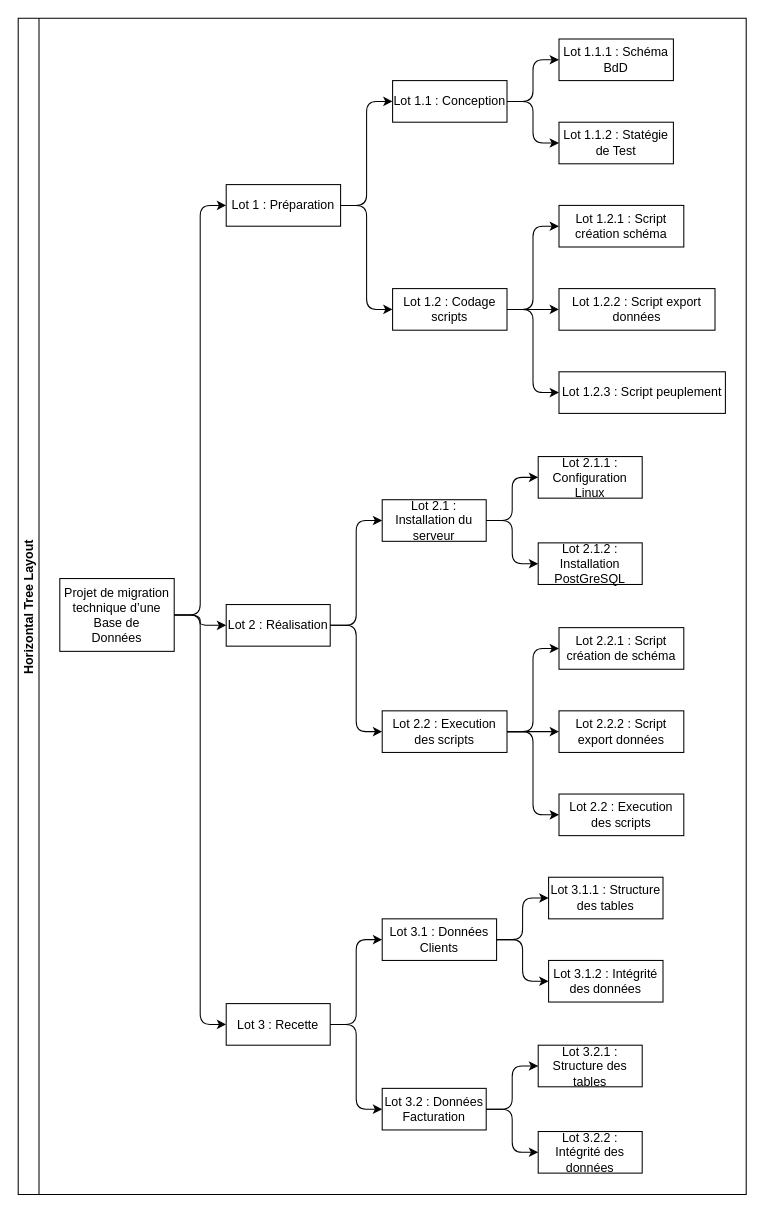
Above: TD/TD1/Correction_OrganigrammeTaches_TD1_R2_10.drawio in emeraudeLa/R2.10_GestionProjet (draw.io), before the change. Source tidied: cells renumbered, new cells numbered last; positions are measured from the earlier drawing's top-left corner, leaving out a move shared by most shapes. Both pictures are drawn from the tidied source at 104%, with x=0, y=0 at pixel (18, 18).
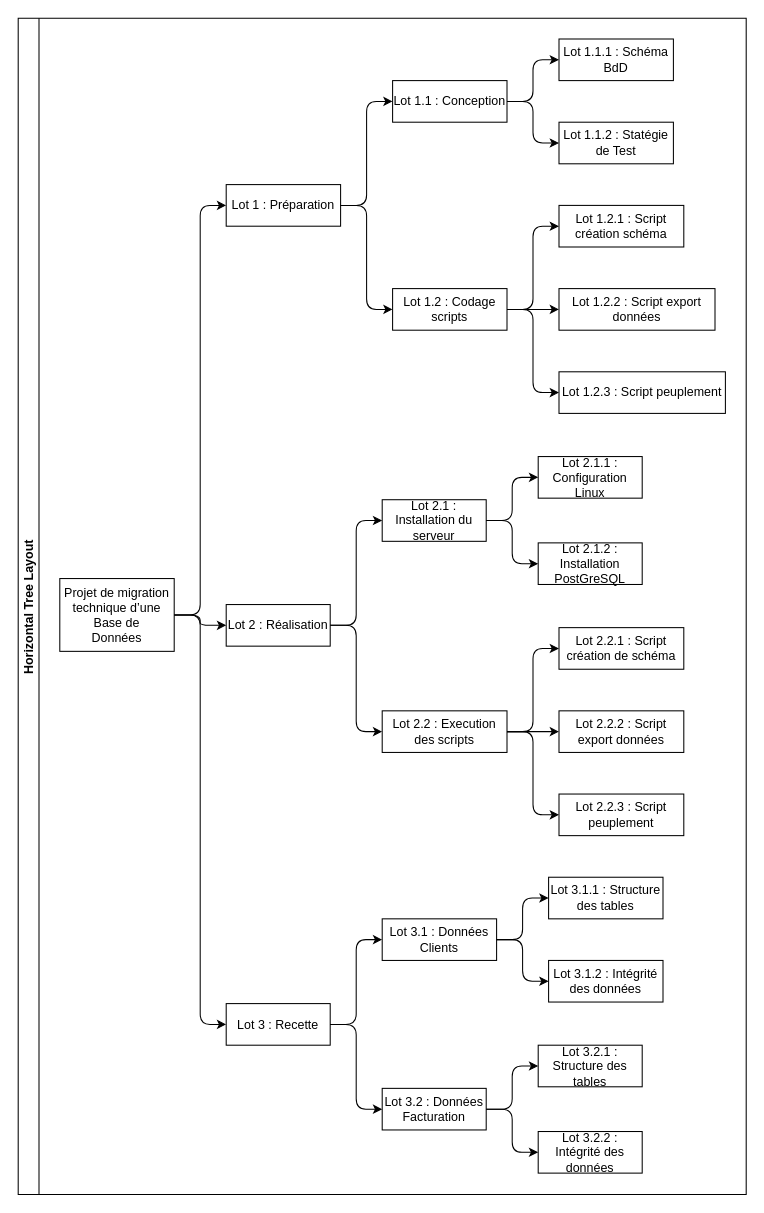
After the change.

Commit message:
Mettre à jour Correction_OrganigrammeTaches_TD1_R2_10.drawio

The change refers to these unchanged cells:
```xml
<mxCell id="2" value="Horizontal Tree Layout" style="swimlane;startSize=20;horizontal=0;horizontalTree=1;sortEdges=1;containerType=tree;fontSize=12;" parent="1" vertex="1">
  <mxGeometry width="700" height="1131" as="geometry" />
</mxCell>
```

Change to the diagram source:
```diff
@@
-    <mxCell id="49" value="Lot 2.2 : Execution des scripts" style="whiteSpace=wrap;html=1;" parent="2" vertex="1">
+    <mxCell id="49" value="Lot 2.2.3 : Script peuplement" style="whiteSpace=wrap;html=1;" parent="2" vertex="1">
       <mxGeometry x="520" y="746" width="120" height="40" as="geometry" />
     </mxCell>
```
